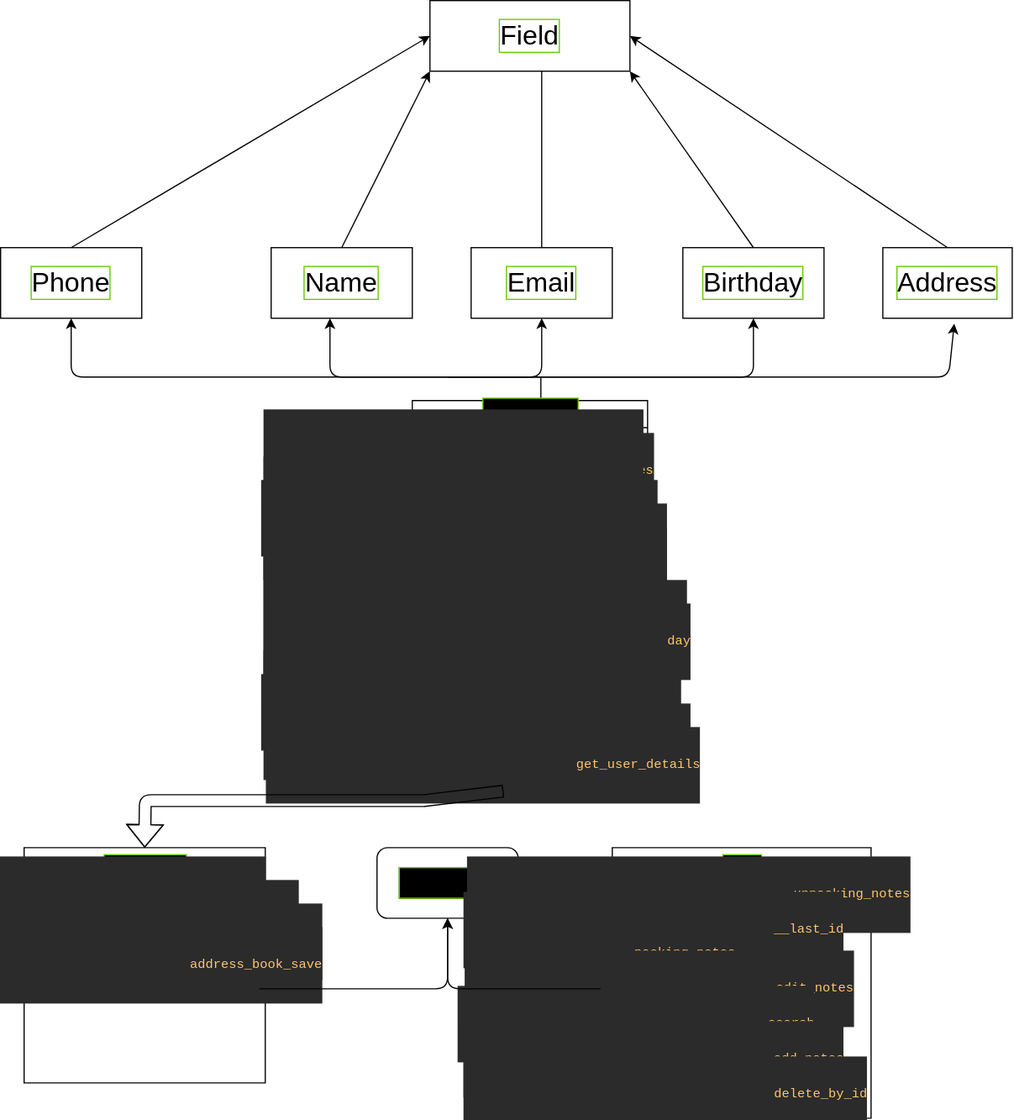
Before: uml.drawio.svg, a diagram exported from draw.io (RuslanStoliar/Python_Web_1). Source tidied: cells renumbered, new cells last; positions are measured from the earlier drawing's top-left corner, leaving out a move shared by most shapes.
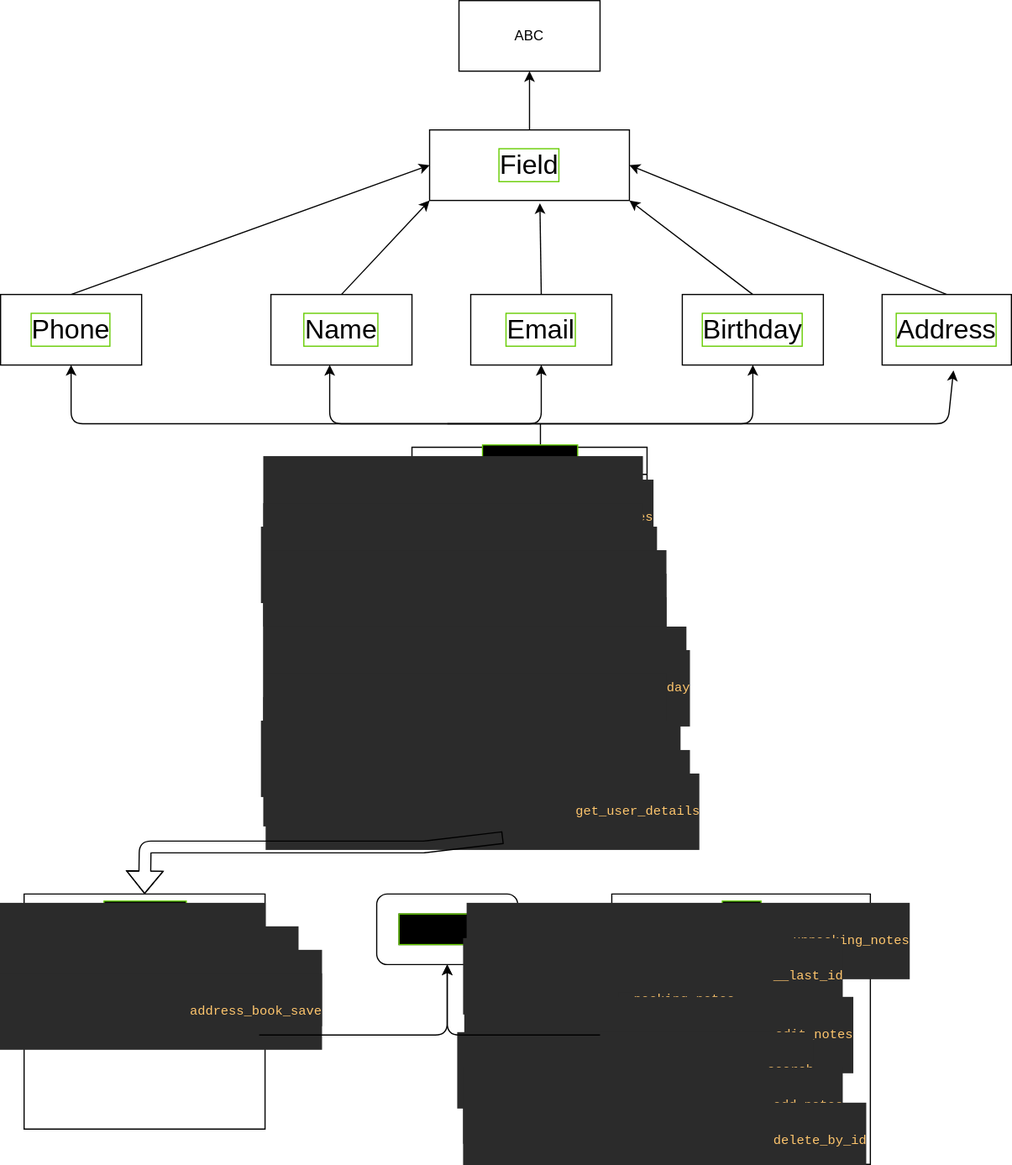
After the commit.

Change to the diagram source:
```diff
@@ -14,10 +14,8 @@
     <mxCell id="5" value="Name" style="rounded=0;whiteSpace=wrap;html=1;labelBackgroundColor=none;labelBorderColor=#66CC00;fontSize=23;" parent="1" vertex="1">
       <mxGeometry x="230" y="210" width="120" height="60" as="geometry" />
     </mxCell>
-    <mxCell id="6" style="edgeStyle=none;html=1;exitX=0.5;exitY=0;exitDx=0;exitDy=0;fontSize=11;" parent="1" edge="1" source="7">
-      <mxGeometry relative="1" as="geometry">
-        <mxPoint x="460" y="50" as="targetPoint" />
-      </mxGeometry>
+    <mxCell id="6" style="edgeStyle=none;html=1;exitX=0.5;exitY=0;exitDx=0;exitDy=0;fontSize=11;entryX=0.552;entryY=1.04;entryDx=0;entryDy=0;entryPerimeter=0;" parent="1" edge="1" source="7" target="18">
+      <mxGeometry relative="1" as="geometry" />
     </mxCell>
     <mxCell id="7" value="Email" style="rounded=0;whiteSpace=wrap;html=1;labelBackgroundColor=none;labelBorderColor=#66CC00;fontSize=23;" parent="1" vertex="1">
       <mxGeometry x="400" y="210" width="120" height="60" as="geometry" />
@@ -82,7 +80,7 @@
       </mxGeometry>
     </mxCell>
     <mxCell id="18" value="Field" style="rounded=0;whiteSpace=wrap;html=1;labelBackgroundColor=none;labelBorderColor=#66CC00;fontSize=23;" parent="1" vertex="1">
-      <mxGeometry x="365" width="170" height="60" as="geometry" />
+      <mxGeometry x="365" y="70" width="170" height="60" as="geometry" />
     </mxCell>
     <mxCell id="19" value="Record" style="swimlane;labelBackgroundColor=#000000;labelBorderColor=#66CC00;fontSize=23;" parent="1" vertex="1">
       <mxGeometry x="350" y="340" width="200" height="330" as="geometry" />
@@ -195,5 +193,11 @@
         </Array>
       </mxGeometry>
     </mxCell>
+    <mxCell id="51" value="ABC" style="rounded=0;whiteSpace=wrap;html=1;" parent="1" vertex="1">
+      <mxGeometry x="390" y="-40" width="120" height="60" as="geometry" />
+    </mxCell>
+    <mxCell id="52" style="endArrow=classic;html=1;entryX=0.5;entryY=1;entryDx=0;entryDy=0;exitX=0.5;exitY=0;exitDx=0;exitDy=0;" parent="1" edge="1" source="18" target="51">
+      <mxGeometry relative="1" as="geometry" />
+    </mxCell>
   </root>
 </mxGraphModel>
```
